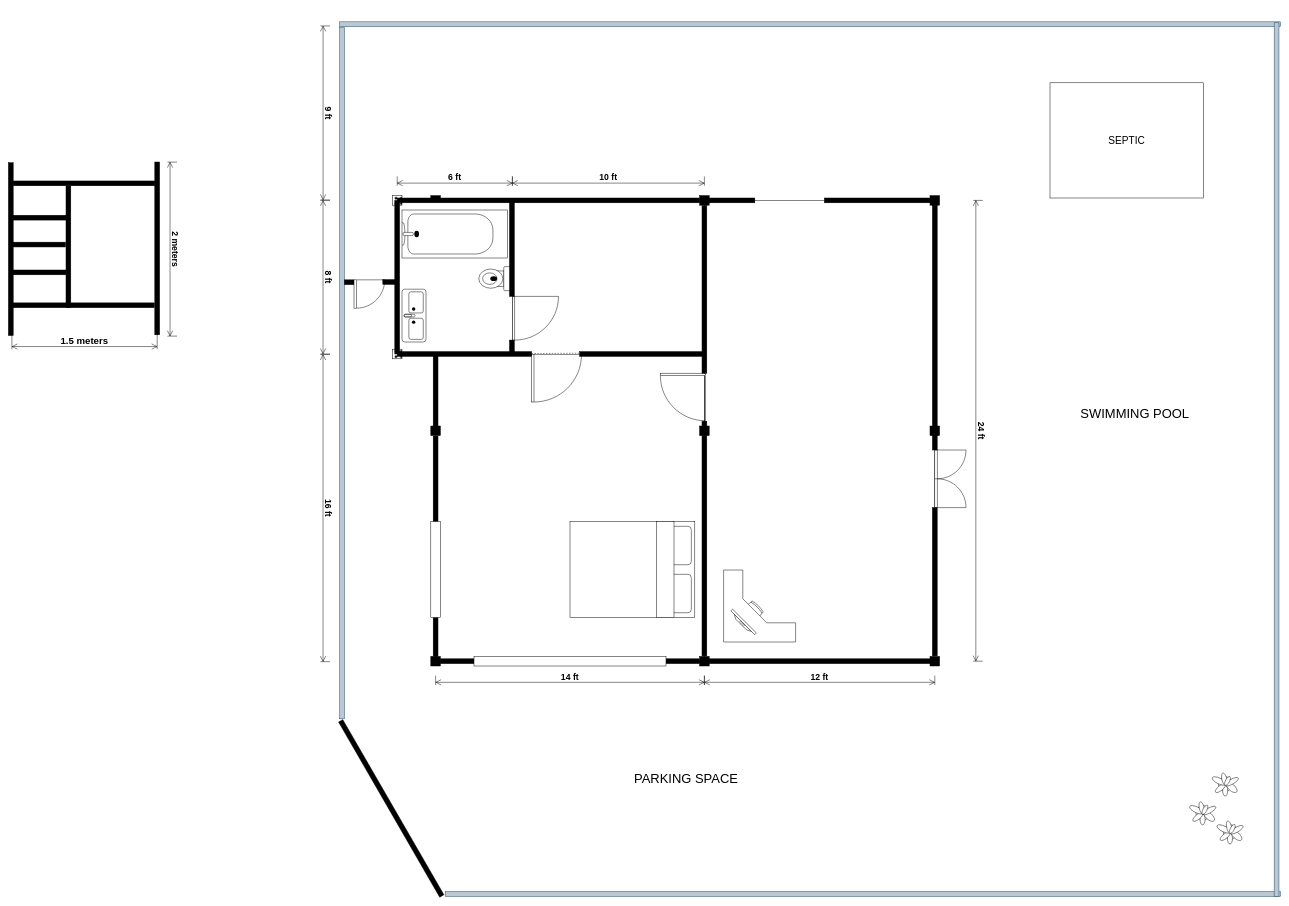
Earlier version of the draw.io diagram kmcc/House.drawio (genmancoder/systems-diagrams). Source tidied: cells renumbered, new cells numbered last; positions are measured from the earlier drawing's top-left corner, leaving out a move shared by most shapes. Both pictures are drawn from the tidied source at 48%, with x=0, y=0 at pixel (8, 22).
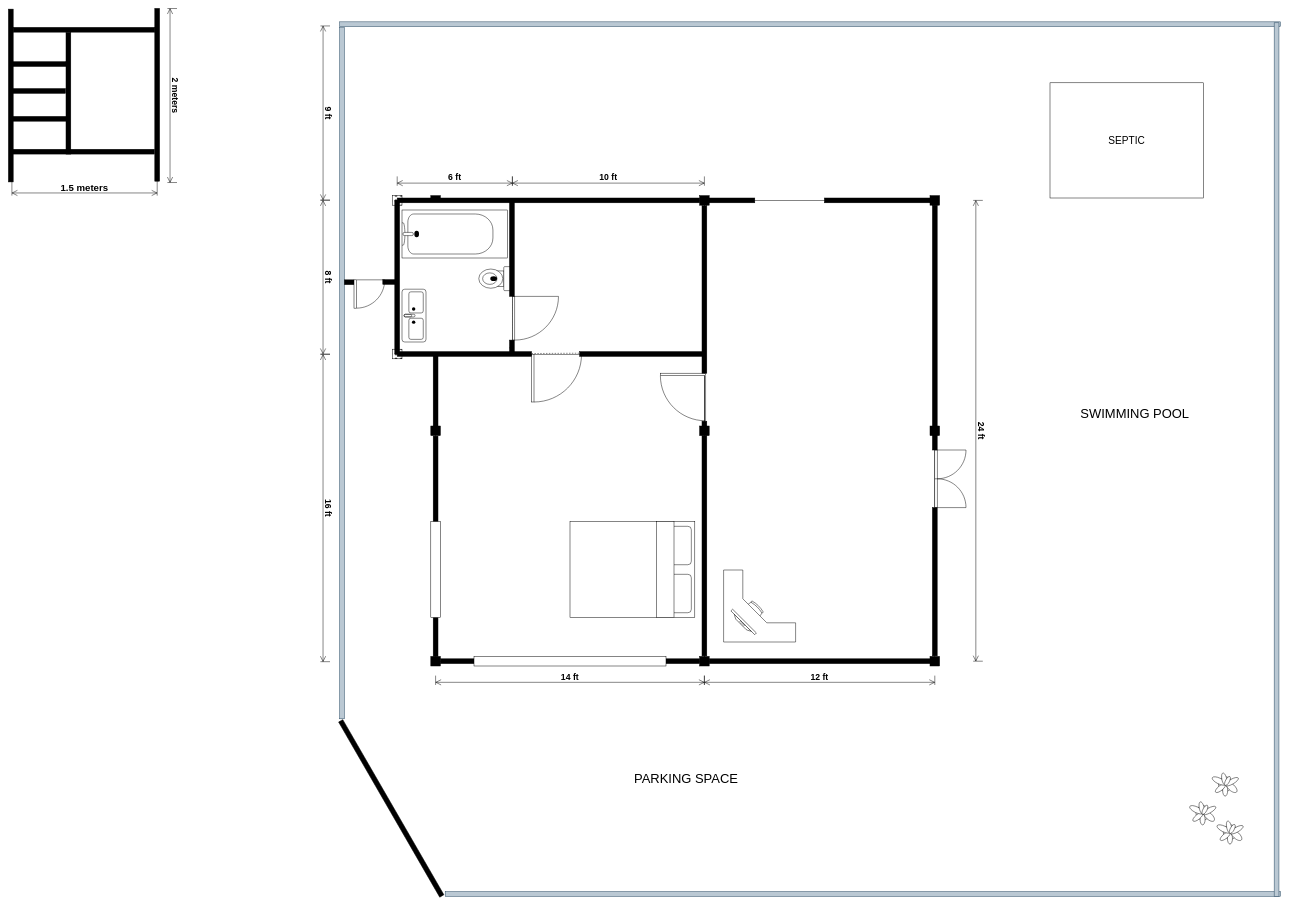
After the change.

The edit, as a diff of the source:
```diff
@@
+    <mxCell id="85" style="group;" parent="1" vertex="1">
+      <mxGeometry y="-28" width="351.2" height="390" as="geometry" />
+    </mxCell>
-    <mxCell id="75" style="verticalLabelPosition=bottom;html=1;verticalAlign=top;align=center;shape=mxgraph.floorplan.wall;fillColor=strokeColor;direction=south;" parent="1" vertex="1">
-      <mxGeometry x="305" y="292" width="10" height="360" as="geometry" />
+    <mxCell id="75" style="verticalLabelPosition=bottom;html=1;verticalAlign=top;align=center;shape=mxgraph.floorplan.wall;fillColor=strokeColor;direction=south;" parent="85" vertex="1">
+      <mxGeometry x="305" width="10" height="360" as="geometry" />
     </mxCell>
-    <mxCell id="76" style="verticalLabelPosition=bottom;html=1;verticalAlign=top;align=center;shape=mxgraph.floorplan.wall;fillColor=strokeColor;direction=south;" parent="1" vertex="1">
-      <mxGeometry y="293.5" width="10" height="360" as="geometry" />
+    <mxCell id="76" style="verticalLabelPosition=bottom;html=1;verticalAlign=top;align=center;shape=mxgraph.floorplan.wall;fillColor=strokeColor;direction=south;" parent="85" vertex="1">
+      <mxGeometry y="1.5" width="10" height="360" as="geometry" />
     </mxCell>
-    <mxCell id="77" style="verticalLabelPosition=bottom;html=1;verticalAlign=top;align=center;shape=mxgraph.floorplan.wall;fillColor=strokeColor;direction=west;" parent="1" vertex="1">
-      <mxGeometry x="10" y="331.5" width="295" height="10" as="geometry" />
+    <mxCell id="77" style="verticalLabelPosition=bottom;html=1;verticalAlign=top;align=center;shape=mxgraph.floorplan.wall;fillColor=strokeColor;direction=west;" parent="85" vertex="1">
+      <mxGeometry x="10" y="39.5" width="295" height="10" as="geometry" />
     </mxCell>
-    <mxCell id="78" style="verticalLabelPosition=bottom;html=1;verticalAlign=top;align=center;shape=mxgraph.floorplan.wall;fillColor=strokeColor;direction=west;" parent="1" vertex="1">
-      <mxGeometry x="9" y="585.5" width="295" height="10" as="geometry" />
+    <mxCell id="78" style="verticalLabelPosition=bottom;html=1;verticalAlign=top;align=center;shape=mxgraph.floorplan.wall;fillColor=strokeColor;direction=west;" parent="85" vertex="1">
+      <mxGeometry x="9" y="293.5" width="295" height="10" as="geometry" />
     </mxCell>
-    <mxCell id="79" style="verticalLabelPosition=bottom;html=1;verticalAlign=top;align=center;shape=mxgraph.floorplan.wall;fillColor=strokeColor;direction=north;" parent="1" vertex="1">
-      <mxGeometry x="120" y="342" width="10" height="253.5" as="geometry" />
+    <mxCell id="79" style="verticalLabelPosition=bottom;html=1;verticalAlign=top;align=center;shape=mxgraph.floorplan.wall;fillColor=strokeColor;direction=north;" parent="85" vertex="1">
+      <mxGeometry x="120" y="50" width="10" height="253.5" as="geometry" />
     </mxCell>
-    <mxCell id="80" style="verticalLabelPosition=bottom;html=1;verticalAlign=top;align=center;shape=mxgraph.floorplan.wall;fillColor=strokeColor;direction=east;" parent="1" vertex="1">
-      <mxGeometry x="8.3" y="403" width="111.7" height="10" as="geometry" />
+    <mxCell id="80" style="verticalLabelPosition=bottom;html=1;verticalAlign=top;align=center;shape=mxgraph.floorplan.wall;fillColor=strokeColor;direction=east;" parent="85" vertex="1">
+      <mxGeometry x="8.3" y="111" width="111.7" height="10" as="geometry" />
     </mxCell>
-    <mxCell id="81" style="verticalLabelPosition=bottom;html=1;verticalAlign=top;align=center;shape=mxgraph.floorplan.wall;fillColor=strokeColor;direction=east;" parent="1" vertex="1">
-      <mxGeometry x="7.3" y="459" width="111.7" height="10" as="geometry" />
+    <mxCell id="81" style="verticalLabelPosition=bottom;html=1;verticalAlign=top;align=center;shape=mxgraph.floorplan.wall;fillColor=strokeColor;direction=east;" parent="85" vertex="1">
+      <mxGeometry x="7.3" y="167" width="111.7" height="10" as="geometry" />
     </mxCell>
-    <mxCell id="82" style="verticalLabelPosition=bottom;html=1;verticalAlign=top;align=center;shape=mxgraph.floorplan.wall;fillColor=strokeColor;direction=east;" parent="1" vertex="1">
-      <mxGeometry x="9.3" y="517" width="111.7" height="10" as="geometry" />
+    <mxCell id="82" style="verticalLabelPosition=bottom;html=1;verticalAlign=top;align=center;shape=mxgraph.floorplan.wall;fillColor=strokeColor;direction=east;" parent="85" vertex="1">
+      <mxGeometry x="9.3" y="225" width="111.7" height="10" as="geometry" />
     </mxCell>
-    <mxCell id="83" value="1.5 meters" style="shape=dimension;whiteSpace=wrap;html=1;align=center;verticalAlign=bottom;spacingBottom=3;labelBackgroundColor=none;fontStyle=1;fontSize=20;" parent="1" vertex="1">
-      <mxGeometry x="7.3" y="642" width="302.7" height="40" as="geometry" />
+    <mxCell id="83" value="1.5 meters" style="shape=dimension;whiteSpace=wrap;html=1;align=center;verticalAlign=bottom;spacingBottom=3;labelBackgroundColor=none;fontStyle=1;fontSize=20;" parent="85" vertex="1">
+      <mxGeometry x="7.3" y="350" width="302.7" height="40" as="geometry" />
     </mxCell>
-    <mxCell id="84" value="2 meters" style="shape=dimension;whiteSpace=wrap;html=1;align=center;verticalAlign=bottom;spacingBottom=3;labelBackgroundColor=none;rotation=90;direction=east;flipH=0;flipV=0;fontSize=18;fontStyle=1;" parent="1" vertex="1">
-      <mxGeometry x="160" y="463.5" width="362.5" height="20" as="geometry" />
+    <mxCell id="84" value="2 meters" style="shape=dimension;whiteSpace=wrap;html=1;align=center;verticalAlign=bottom;spacingBottom=3;labelBackgroundColor=none;rotation=90;direction=east;flipH=0;flipV=0;fontSize=18;fontStyle=1;" parent="85" vertex="1">
+      <mxGeometry x="160" y="171.5" width="362.5" height="20" as="geometry" />
     </mxCell>
```
